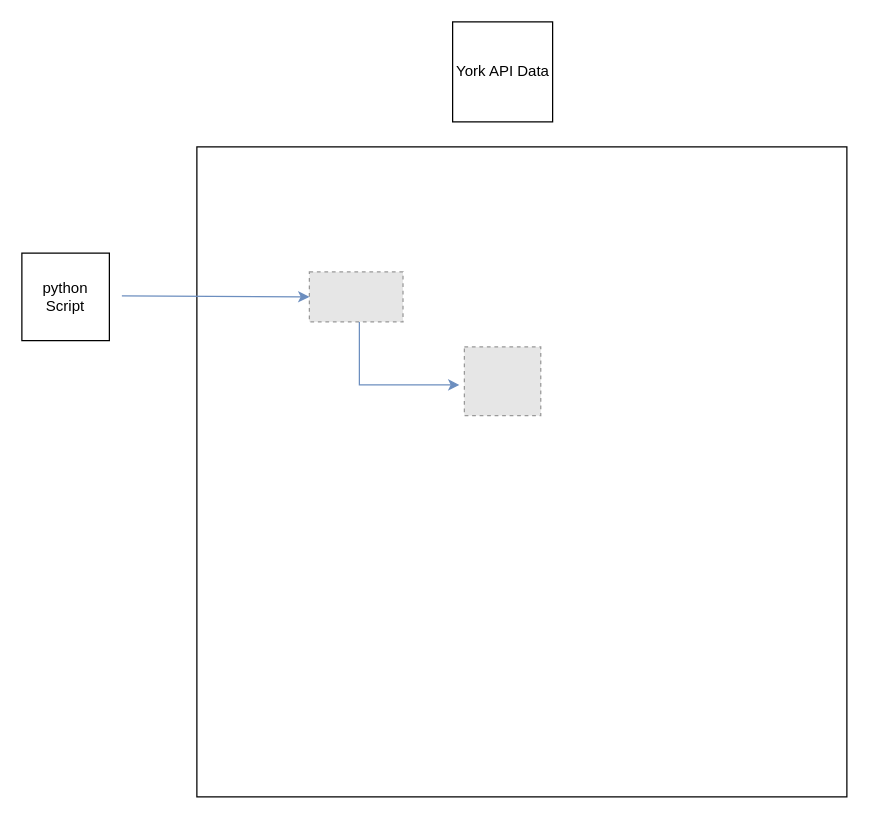
Earlier version of the draw.io diagram Untitled Diagram.drawio (DIPAD-JOE-PHILLIPS/DIPAD-JOE-PHILLIPS). Source tidied: cells renumbered, new cells numbered last; positions are measured from the earlier drawing's top-left corner, leaving out a move shared by most shapes. Both pictures are drawn from the tidied source at 125%, with x=0, y=0 at pixel (21, 21). Pictures stored in the file or linked from it are replaced by grey dashed boxes.
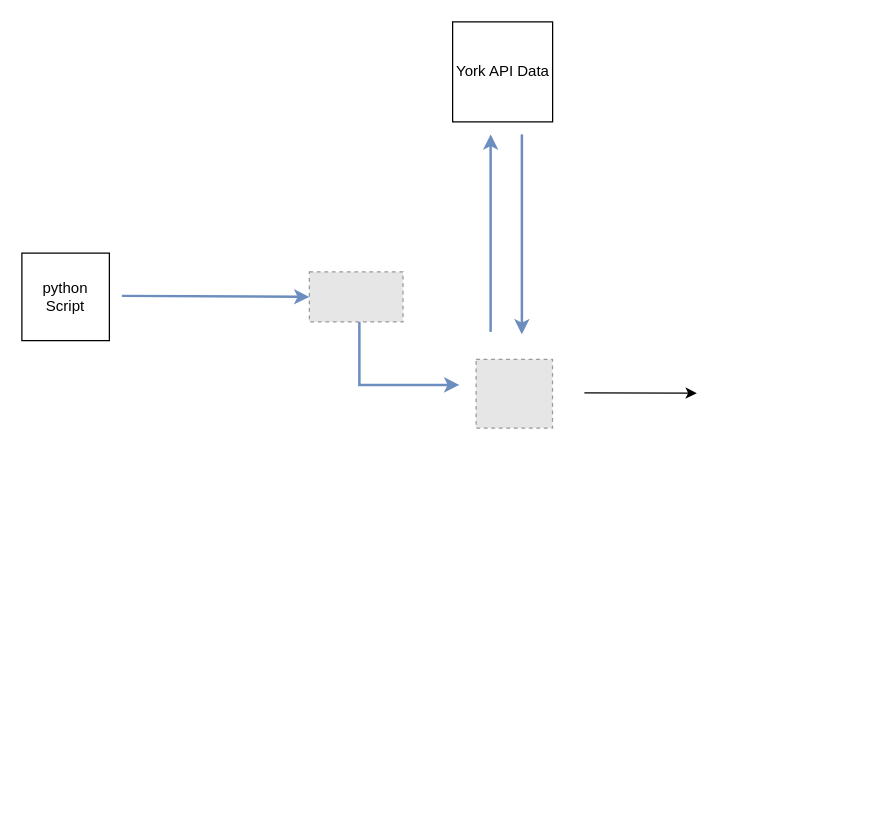
The same page after the edit.

Change to the diagram source:
```diff
@@
 <mxGraphModel>
   <root>
     <mxCell id="0" />
     <mxCell id="1" parent="0" />
     <mxCell id="2" value="python Script" style="whiteSpace=wrap;html=1;" parent="1" vertex="1">
       <mxGeometry y="185" width="70" height="70" as="geometry" />
     </mxCell>
-    <mxCell id="3" style="whiteSpace=wrap;html=1;" parent="1" vertex="1">
-      <mxGeometry x="140" y="100" width="520" height="520" as="geometry" />
-    </mxCell>
     <mxCell id="4" style="fillColor=#E6E6E6;strokeColor=#999999;dashed=1;verticalLabelPosition=bottom;labelBackgroundColor=default;verticalAlign=top;" parent="1" vertex="1">
       <mxGeometry x="230" y="200" width="74.9" height="40" as="geometry" />
     </mxCell>
-    <mxCell id="5" style="endArrow=classic;html=1;rounded=0;fillColor=#dae8fc;strokeColor=#6c8ebf;entryX=0;entryY=0.5;entryDx=0;entryDy=0;" parent="1" edge="1" target="4">
+    <mxCell id="5" style="endArrow=classic;html=1;rounded=0;fillColor=#dae8fc;strokeColor=#6c8ebf;entryX=0;entryY=0.5;entryDx=0;entryDy=0;strokeWidth=2;" parent="1" edge="1" target="4">
       <mxGeometry relative="1" as="geometry">
         <mxPoint x="80" y="219.2" as="sourcePoint" />
       </mxGeometry>
     </mxCell>
-    <mxCell id="6" style="endArrow=classic;html=1;rounded=0;fillColor=#dae8fc;strokeColor=#6c8ebf;" parent="1" edge="1">
+    <mxCell id="6" style="endArrow=classic;html=1;rounded=0;fillColor=#dae8fc;strokeColor=#6c8ebf;strokeWidth=2;" parent="1" edge="1">
       <mxGeometry relative="1" as="geometry">
         <mxPoint x="270" y="240" as="sourcePoint" />
         <mxPoint x="350" y="290.4" as="targetPoint" />
         <Array as="points">
           <mxPoint x="270" y="240.4" />
           <mxPoint x="270" y="290.4" />
         </Array>
       </mxGeometry>
     </mxCell>
     <mxCell id="7" style="fillColor=#E6E6E6;strokeColor=#999999;dashed=1;verticalLabelPosition=bottom;labelBackgroundColor=default;verticalAlign=top;" parent="1" vertex="1">
-      <mxGeometry x="354" y="260" width="61.1" height="55" as="geometry" />
+      <mxGeometry x="363.4" y="270" width="61.1" height="55" as="geometry" />
     </mxCell>
     <mxCell id="8" value="York API Data" style="whiteSpace=wrap;html=1;" parent="1" vertex="1">
       <mxGeometry x="344.6" width="80" height="80" as="geometry" />
     </mxCell>
+    <mxCell id="9" style="endArrow=classic;html=1;rounded=0;fillColor=#dae8fc;strokeColor=#6c8ebf;strokeWidth=2;" parent="1" edge="1">
+      <mxGeometry relative="1" as="geometry">
+        <mxPoint x="375" y="248" as="sourcePoint" />
+        <mxPoint x="375" y="90" as="targetPoint" />
+      </mxGeometry>
+    </mxCell>
+    <mxCell id="10" style="endArrow=classic;html=1;rounded=0;fillColor=#dae8fc;strokeColor=#6c8ebf;strokeWidth=2;" parent="1" edge="1">
+      <mxGeometry relative="1" as="geometry">
+        <mxPoint x="400" y="90" as="sourcePoint" />
+        <mxPoint x="400" y="250" as="targetPoint" />
+      </mxGeometry>
+    </mxCell>
+    <mxCell id="11" style="endArrow=classic;html=1;rounded=0;" parent="1" edge="1">
+      <mxGeometry relative="1" as="geometry">
+        <mxPoint x="450" y="296.7" as="sourcePoint" />
+        <mxPoint x="540" y="297" as="targetPoint" />
+      </mxGeometry>
+    </mxCell>
   </root>
 </mxGraphModel>
```
